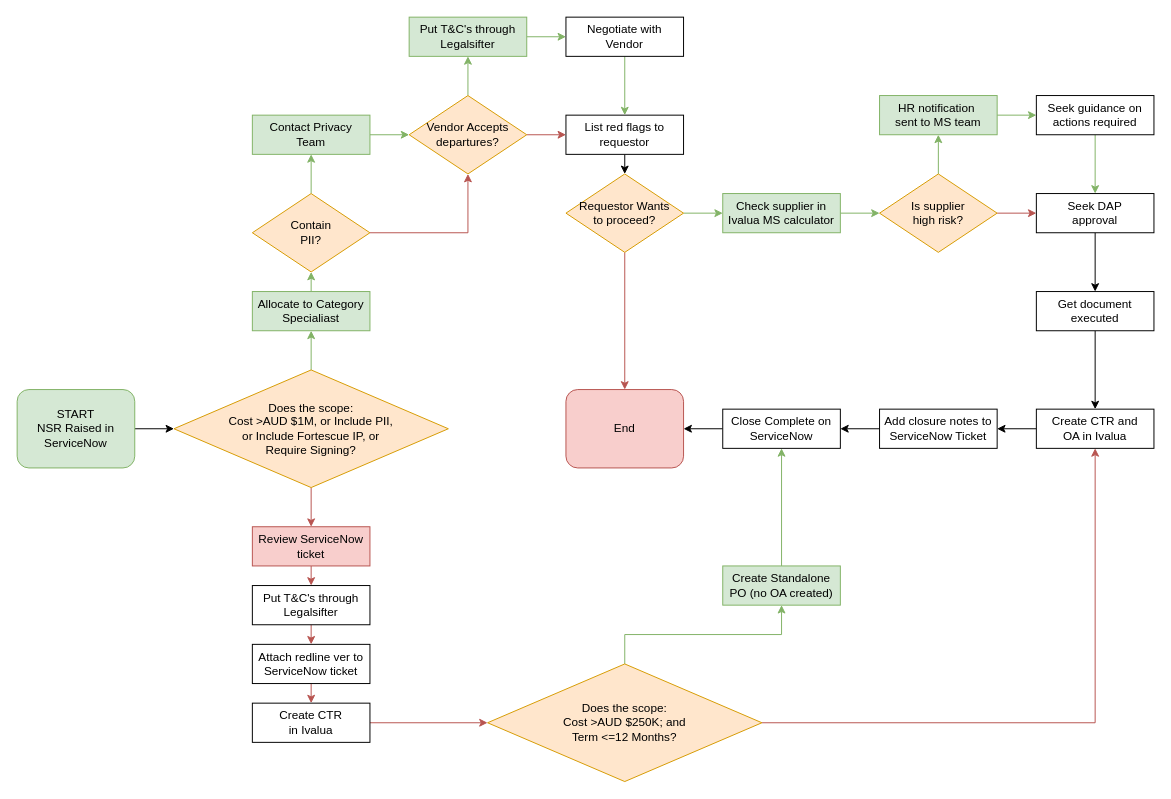
Earlier version of the draw.io diagram New NSR.drawio (Dyo-Artist/Fortsecue). Source tidied: cells renumbered, new cells numbered last; positions are measured from the earlier drawing's top-left corner, leaving out a move shared by most shapes. Both pictures are drawn from the tidied source at 98%, with x=0, y=0 at pixel (17, 17).
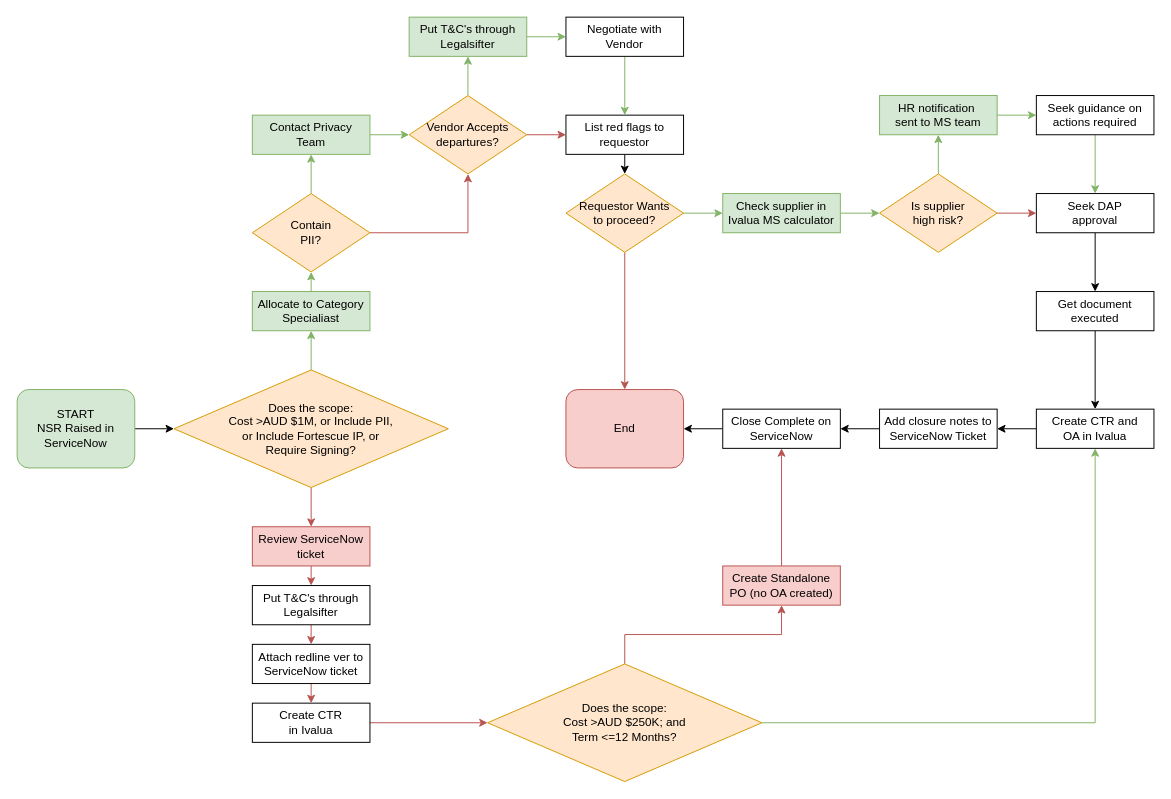
Above is the later version.

The change refers to these unchanged cells:
```xml
<mxCell id="41" value="Create CTR and&lt;div&gt;OA in Ivalua&lt;/div&gt;" style="rounded=0;whiteSpace=wrap;html=1;" parent="1" vertex="1">
  <mxGeometry x="1040" y="400" width="120" height="40" as="geometry" />
</mxCell>
<mxCell id="45" value="Close Complete on&lt;br&gt;ServiceNow" style="rounded=0;whiteSpace=wrap;html=1;" parent="1" vertex="1">
  <mxGeometry x="720" y="400" width="120" height="40" as="geometry" />
</mxCell>
<mxCell id="56" value="Does the scope:&lt;br&gt;Cost &amp;gt;AUD $250K; and&lt;div&gt;Term &amp;lt;=12 Months?&lt;/div&gt;" style="rhombus;whiteSpace=wrap;html=1;fillColor=#ffe6cc;strokeColor=#d79b00;" parent="1" vertex="1">
  <mxGeometry x="480" y="660" width="280" height="120" as="geometry" />
</mxCell>
```

Diff of the diagram source:
```diff
@@
-    <mxCell id="54" style="edgeStyle=orthogonalEdgeStyle;rounded=0;jettySize=auto;html=1;exitX=0.5;exitY=0;exitDx=0;exitDy=0;entryX=0.5;entryY=1;entryDx=0;entryDy=0;fillColor=#d5e8d4;strokeColor=#82b366;" parent="1" edge="1" source="56" target="58">
+    <mxCell id="54" style="edgeStyle=orthogonalEdgeStyle;rounded=0;jettySize=auto;html=1;exitX=0.5;exitY=0;exitDx=0;exitDy=0;entryX=0.5;entryY=1;entryDx=0;entryDy=0;fillColor=#f8cecc;strokeColor=#b85450;" parent="1" edge="1" source="56" target="58">
       <mxGeometry relative="1" as="geometry" />
     </mxCell>
-    <mxCell id="55" style="edgeStyle=orthogonalEdgeStyle;rounded=0;jettySize=auto;html=1;exitX=1;exitY=0.5;exitDx=0;exitDy=0;entryX=0.5;entryY=1;entryDx=0;entryDy=0;fillColor=#f8cecc;strokeColor=#b85450;" parent="1" edge="1" source="56" target="41">
+    <mxCell id="55" style="edgeStyle=orthogonalEdgeStyle;rounded=0;jettySize=auto;html=1;exitX=1;exitY=0.5;exitDx=0;exitDy=0;entryX=0.5;entryY=1;entryDx=0;entryDy=0;fillColor=#d5e8d4;strokeColor=#82b366;" parent="1" edge="1" source="56" target="41">
       <mxGeometry relative="1" as="geometry" />
     </mxCell>
@@
-    <mxCell id="57" style="edgeStyle=orthogonalEdgeStyle;rounded=0;jettySize=auto;html=1;exitX=0.5;exitY=0;exitDx=0;exitDy=0;entryX=0.5;entryY=1;entryDx=0;entryDy=0;fillColor=#d5e8d4;strokeColor=#82b366;" parent="1" edge="1" source="58" target="45">
+    <mxCell id="57" style="edgeStyle=orthogonalEdgeStyle;rounded=0;jettySize=auto;html=1;exitX=0.5;exitY=0;exitDx=0;exitDy=0;entryX=0.5;entryY=1;entryDx=0;entryDy=0;fillColor=#f8cecc;strokeColor=#b85450;" parent="1" edge="1" source="58" target="45">
       <mxGeometry relative="1" as="geometry" />
     </mxCell>
-    <mxCell id="58" value="Create Standalone PO (no OA created)" style="rounded=0;whiteSpace=wrap;html=1;fillColor=#d5e8d4;strokeColor=#82b366;" parent="1" vertex="1">
+    <mxCell id="58" value="Create Standalone PO (no OA created)" style="rounded=0;whiteSpace=wrap;html=1;fillColor=#f8cecc;strokeColor=#b85450;" parent="1" vertex="1">
       <mxGeometry x="720" y="560" width="120" height="40" as="geometry" />
     </mxCell>
```
